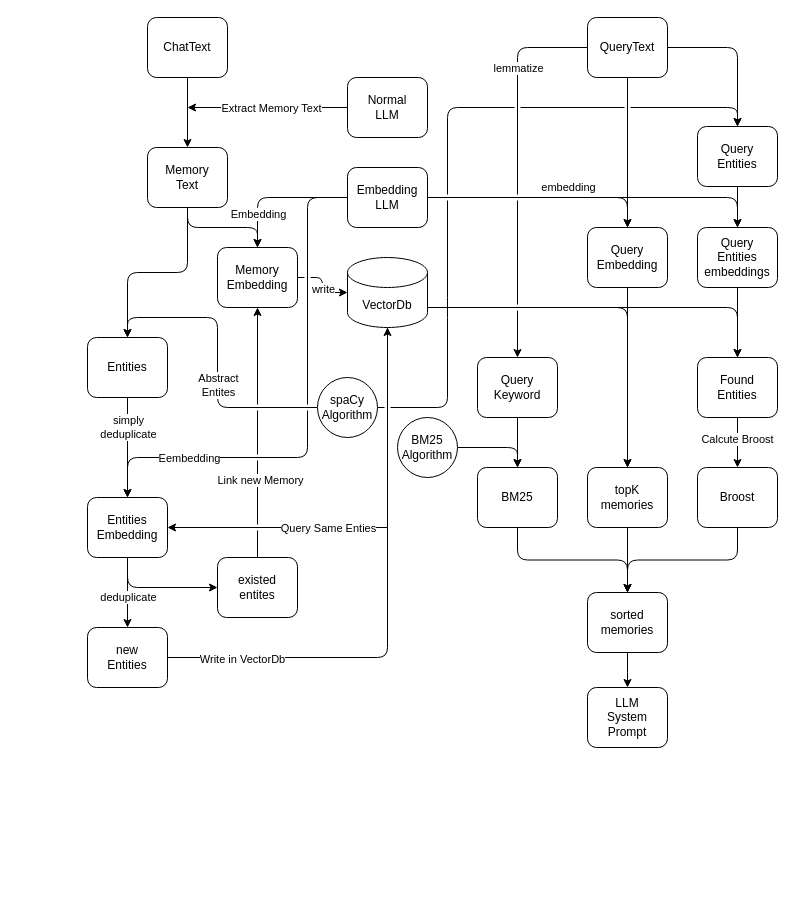
Chrischenny/drawio keeps this draw.io diagram as mem0思维链.drawio. Above is the earlier version. Source tidied: cells renumbered, new cells numbered last; positions are measured from the earlier drawing's top-left corner, leaving out a move shared by most shapes. Both pictures are drawn from the tidied source at 100%, with x=0, y=0 at pixel (87, 17).
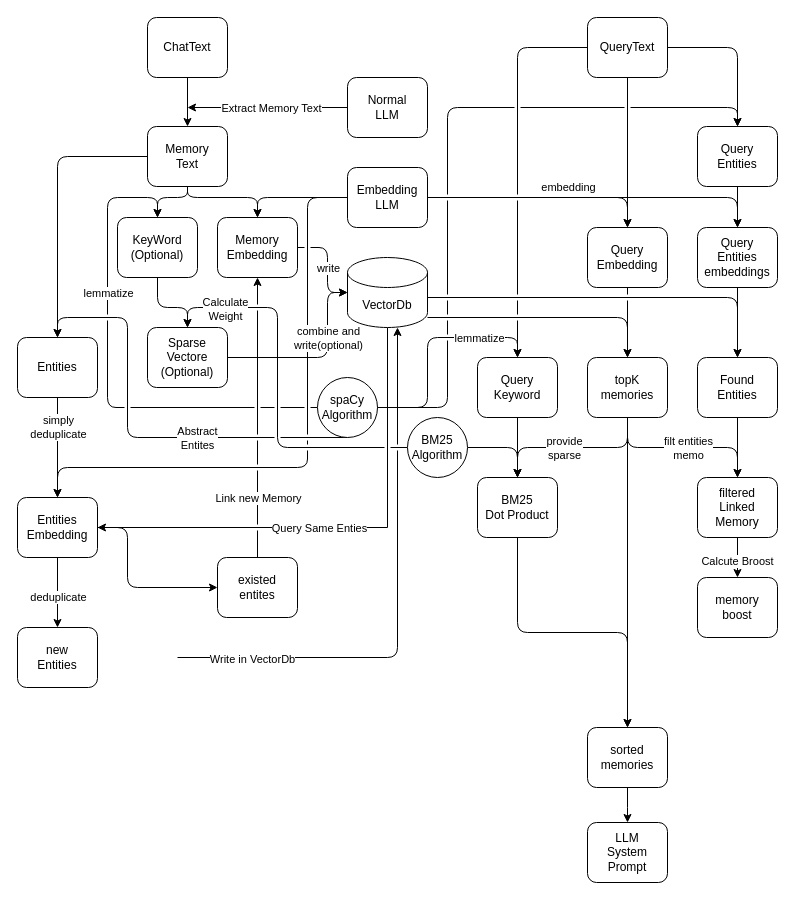
After the change.

Commit message:
更新mem0思维链.drawio

The change refers to these unchanged cells:
```xml
<mxCell id="2" style="edgeStyle=orthogonalEdgeStyle;rounded=0;jettySize=auto;html=1;entryX=1;entryY=0.5;entryDx=0;entryDy=0;jumpStyle=gap;" parent="1" edge="1" source="42" target="31">
  <mxGeometry relative="1" as="geometry">
    <Array as="points">
      <mxPoint x="300" y="510" />
    </Array>
  </mxGeometry>
</mxCell>
<mxCell id="8" style="edgeStyle=orthogonalEdgeStyle;rounded=1;jettySize=auto;html=1;entryX=0.5;entryY=0;entryDx=0;entryDy=0;curved=0;" parent="1" edge="1" source="15" target="27">
  <mxGeometry relative="1" as="geometry" />
</mxCell>
<mxCell id="15" value="Embedding&lt;div&gt;LLM&lt;/div&gt;" style="rounded=1;whiteSpace=wrap;html=1;" parent="1" vertex="1">
  <mxGeometry x="260" y="150" width="80" height="60" as="geometry" />
</mxCell>
<mxCell id="37" style="edgeStyle=orthogonalEdgeStyle;rounded=0;jettySize=auto;html=1;entryX=0.5;entryY=1;entryDx=0;entryDy=0;jumpStyle=gap;" parent="1" edge="1" source="39" target="27">
  <mxGeometry relative="1" as="geometry" />
</mxCell>
<mxCell id="42" value="VectorDb" style="shape=cylinder3;whiteSpace=wrap;html=1;boundedLbl=1;backgroundOutline=1;size=15;" parent="1" vertex="1">
  <mxGeometry x="260" y="240" width="80" height="70" as="geometry" />
</mxCell>
<mxCell id="43" value="spaCy&lt;br&gt;Algorithm" style="ellipse;whiteSpace=wrap;html=1;" parent="1" vertex="1">
  <mxGeometry x="230" y="360" width="60" height="60" as="geometry" />
</mxCell>
<mxCell id="44" style="edgeStyle=orthogonalEdgeStyle;rounded=1;jettySize=auto;html=1;entryX=0.5;entryY=0;entryDx=0;entryDy=0;curved=0;jumpStyle=gap;" parent="1" edge="1" source="48" target="50">
  <mxGeometry relative="1" as="geometry" />
</mxCell>
<mxCell id="50" value="Query&lt;div&gt;Keyword&lt;/div&gt;" style="rounded=1;whiteSpace=wrap;html=1;" parent="1" vertex="1">
  <mxGeometry x="390" y="340" width="80" height="60" as="geometry" />
</mxCell>
<mxCell id="52" value="Query&lt;div&gt;Embedding&lt;/div&gt;" style="rounded=1;whiteSpace=wrap;html=1;" parent="1" vertex="1">
  <mxGeometry x="500" y="210" width="80" height="60" as="geometry" />
</mxCell>
<mxCell id="59" style="edgeStyle=orthogonalEdgeStyle;rounded=0;jettySize=auto;html=1;entryX=0.5;entryY=0;entryDx=0;entryDy=0;" parent="1" edge="1" source="61" target="63">
  <mxGeometry relative="1" as="geometry" />
</mxCell>
```

What changed in the source:
```diff
@@
     <mxCell id="3" value="Query Same Enties" style="edgeLabel;html=1;align=center;verticalAlign=middle;" parent="2" vertex="1">
       <mxGeometry x="0.45" y="-1" relative="1" as="geometry">
-        <mxPoint x="45" y="1" as="offset" />
+        <mxPoint x="86" y="1" as="offset" />
       </mxGeometry>
     </mxCell>
@@
+    <mxCell id="70" style="edgeStyle=orthogonalEdgeStyle;rounded=1;jettySize=auto;html=1;entryX=0.5;entryY=0;entryDx=0;entryDy=0;curved=0;jumpStyle=gap;" parent="1" edge="1" source="5" target="83">
+      <mxGeometry relative="1" as="geometry">
+        <Array as="points">
+          <mxPoint x="190" y="430" />
+          <mxPoint x="190" y="290" />
+          <mxPoint x="100" y="290" />
+        </Array>
+      </mxGeometry>
+    </mxCell>
+    <mxCell id="71" value="Calculate&lt;div&gt;Weight&lt;/div&gt;" style="edgeLabel;html=1;align=center;verticalAlign=middle;" parent="70" vertex="1">
+      <mxGeometry x="0.7" y="1" relative="1" as="geometry" />
+    </mxCell>
     <mxCell id="5" value="BM25&lt;br&gt;Algorithm" style="ellipse;whiteSpace=wrap;html=1;" parent="1" vertex="1">
-      <mxGeometry x="310" y="400" width="60" height="60" as="geometry" />
+      <mxGeometry x="320" y="400" width="60" height="60" as="geometry" />
     </mxCell>
-    <mxCell id="6" style="edgeStyle=orthogonalEdgeStyle;rounded=1;jettySize=auto;html=1;entryX=0.5;entryY=0;entryDx=0;entryDy=0;curved=0;" parent="1" edge="1" source="43" target="26">
+    <mxCell id="6" style="edgeStyle=orthogonalEdgeStyle;rounded=1;jettySize=auto;html=1;entryX=0.5;entryY=0;entryDx=0;entryDy=0;curved=0;jumpStyle=gap;" parent="1" edge="1" source="43" target="26">
       <mxGeometry relative="1" as="geometry">
         <Array as="points">
-          <mxPoint x="130" y="390" />
-          <mxPoint x="130" y="300" />
+          <mxPoint x="40" y="420" />
           <mxPoint x="40" y="300" />
+          <mxPoint x="-30" y="300" />
         </Array>
       </mxGeometry>
     </mxCell>
     <mxCell id="7" value="Abstract&lt;div&gt;Entites&lt;/div&gt;" style="edgeLabel;html=1;align=center;verticalAlign=middle;" parent="6" vertex="1">
-      <mxGeometry x="-0.18" relative="1" as="geometry" />
+      <mxGeometry x="-0.18" relative="1" as="geometry">
+        <mxPoint x="25" as="offset" />
+      </mxGeometry>
     </mxCell>
@@
-    <mxCell id="9" value="Embedding" style="edgeLabel;html=1;align=center;verticalAlign=middle;" parent="8" vertex="1">
-      <mxGeometry x="0.51" relative="1" as="geometry" />
-    </mxCell>
     <mxCell id="10" style="edgeStyle=orthogonalEdgeStyle;rounded=1;jettySize=auto;html=1;entryX=0.5;entryY=0;entryDx=0;entryDy=0;curved=0;jumpStyle=gap;" parent="1" edge="1" source="15" target="31">
       <mxGeometry relative="1" as="geometry">
         <Array as="points">
           <mxPoint x="220" y="180" />
-          <mxPoint x="220" y="440" />
-          <mxPoint x="40" y="440" />
+          <mxPoint x="220" y="450" />
+          <mxPoint x="-30" y="450" />
         </Array>
       </mxGeometry>
     </mxCell>
-    <mxCell id="11" value="Eembedding" style="edgeLabel;html=1;align=center;verticalAlign=middle;" parent="10" vertex="1">
-      <mxGeometry x="0.61" relative="1" as="geometry" />
-    </mxCell>
@@
     <mxCell id="20" style="edgeStyle=orthogonalEdgeStyle;rounded=1;jettySize=auto;html=1;entryX=0.5;entryY=0;entryDx=0;entryDy=0;curved=0;" parent="1" edge="1" source="21" target="27">
-      <mxGeometry relative="1" as="geometry" />
+      <mxGeometry relative="1" as="geometry">
+        <Array as="points">
+          <mxPoint x="100" y="180" />
+          <mxPoint x="170" y="180" />
+        </Array>
+      </mxGeometry>
     </mxCell>
+    <mxCell id="72" style="edgeStyle=orthogonalEdgeStyle;rounded=1;jettySize=auto;html=1;entryX=0.5;entryY=0;entryDx=0;entryDy=0;curved=0;" parent="1" edge="1" source="21" target="85">
+      <mxGeometry relative="1" as="geometry">
+        <Array as="points">
+          <mxPoint x="100" y="180" />
+          <mxPoint x="70" y="180" />
+        </Array>
+      </mxGeometry>
+    </mxCell>
     <mxCell id="21" value="Memory&lt;div&gt;Text&lt;/div&gt;" style="rounded=1;whiteSpace=wrap;html=1;" parent="1" vertex="1">
-      <mxGeometry x="60" y="130" width="80" height="60" as="geometry" />
+      <mxGeometry x="60" y="109" width="80" height="60" as="geometry" />
     </mxCell>
@@
     <mxCell id="26" value="Entities" style="rounded=1;whiteSpace=wrap;html=1;" parent="1" vertex="1">
-      <mxGeometry y="320" width="80" height="60" as="geometry" />
+      <mxGeometry x="-70" y="320" width="80" height="60" as="geometry" />
     </mxCell>
     <mxCell id="27" value="Memory&lt;div&gt;Embedding&lt;/div&gt;" style="rounded=1;whiteSpace=wrap;html=1;" parent="1" vertex="1">
-      <mxGeometry x="130" y="230" width="80" height="60" as="geometry" />
+      <mxGeometry x="130" y="200" width="80" height="60" as="geometry" />
     </mxCell>
@@
     <mxCell id="31" value="Entities&lt;div&gt;Embedding&lt;/div&gt;" style="rounded=1;whiteSpace=wrap;html=1;" parent="1" vertex="1">
-      <mxGeometry y="480" width="80" height="60" as="geometry" />
+      <mxGeometry x="-70" y="480" width="80" height="60" as="geometry" />
     </mxCell>
     <mxCell id="32" value="new&lt;div&gt;Entities&lt;/div&gt;" style="rounded=1;whiteSpace=wrap;html=1;" parent="1" vertex="1">
-      <mxGeometry y="610" width="80" height="60" as="geometry" />
+      <mxGeometry x="-70" y="610" width="80" height="60" as="geometry" />
     </mxCell>
-    <mxCell id="33" style="edgeStyle=orthogonalEdgeStyle;rounded=1;jettySize=auto;html=1;entryX=0.5;entryY=1;entryDx=0;entryDy=0;entryPerimeter=0;curved=0;jumpStyle=gap;" parent="1" edge="1" source="32" target="42">
+    <mxCell id="33" style="edgeStyle=orthogonalEdgeStyle;rounded=1;orthogonalLoop=1;jettySize=auto;html=1;entryX=0.5;entryY=1;entryDx=0;entryDy=0;entryPerimeter=0;curved=0;jumpStyle=gap;" parent="1" edge="1">
       <mxGeometry relative="1" as="geometry">
+        <mxPoint x="90" y="640" as="sourcePoint" />
+        <mxPoint x="310" y="310" as="targetPoint" />
         <Array as="points">
-          <mxPoint x="300" y="640" />
+          <mxPoint x="310" y="640" />
         </Array>
       </mxGeometry>
     </mxCell>
@@
     <mxCell id="35" style="edgeStyle=orthogonalEdgeStyle;rounded=1;jettySize=auto;html=1;entryX=0;entryY=0.5;entryDx=0;entryDy=0;entryPerimeter=0;curved=0;jumpStyle=gap;" parent="1" edge="1" source="27" target="42">
-      <mxGeometry relative="1" as="geometry" />
+      <mxGeometry relative="1" as="geometry">
+        <Array as="points">
+          <mxPoint x="240" y="230" />
+          <mxPoint x="240" y="275" />
+        </Array>
+      </mxGeometry>
     </mxCell>
@@
     <mxCell id="38" value="&lt;div&gt;&lt;span style=&quot;background-color: light-dark(#ffffff, var(--ge-dark-color, #121212)); color: light-dark(rgb(0, 0, 0), rgb(255, 255, 255));&quot;&gt;Link new Memory&lt;/span&gt;&lt;/div&gt;" style="edgeLabel;html=1;align=center;verticalAlign=middle;" parent="37" vertex="1">
-      <mxGeometry x="-0.38" y="-2" relative="1" as="geometry" />
+      <mxGeometry x="-0.38" y="-2" relative="1" as="geometry">
+        <mxPoint x="-2" y="27" as="offset" />
+      </mxGeometry>
     </mxCell>
@@
     <mxCell id="40" style="edgeStyle=orthogonalEdgeStyle;rounded=1;jettySize=auto;html=1;entryX=0.5;entryY=0;entryDx=0;entryDy=0;curved=0;" parent="1" edge="1" source="42" target="56">
       <mxGeometry relative="1" as="geometry">
         <Array as="points">
-          <mxPoint x="540" y="290" />
+          <mxPoint x="540" y="300" />
         </Array>
       </mxGeometry>
     </mxCell>
     <mxCell id="41" style="edgeStyle=orthogonalEdgeStyle;rounded=1;jettySize=auto;html=1;entryX=0.5;entryY=0;entryDx=0;entryDy=0;curved=0;jumpStyle=gap;" parent="1" edge="1" source="42" target="61">
       <mxGeometry relative="1" as="geometry">
         <Array as="points">
-          <mxPoint x="650" y="290" />
+          <mxPoint x="650" y="280" />
         </Array>
       </mxGeometry>
     </mxCell>
@@
+    <mxCell id="73" style="edgeStyle=orthogonalEdgeStyle;rounded=1;jettySize=auto;html=1;entryX=0.5;entryY=0;entryDx=0;entryDy=0;curved=0;" parent="1" edge="1" source="43" target="50">
+      <mxGeometry relative="1" as="geometry" />
+    </mxCell>
+    <mxCell id="74" value="lemmatize" style="edgeLabel;html=1;align=center;verticalAlign=middle;" parent="73" vertex="1">
+      <mxGeometry x="0.45" y="2" relative="1" as="geometry">
+        <mxPoint x="4" y="2" as="offset" />
+      </mxGeometry>
+    </mxCell>
+    <mxCell id="75" style="edgeStyle=orthogonalEdgeStyle;rounded=1;jettySize=auto;html=1;entryX=0.5;entryY=0;entryDx=0;entryDy=0;curved=0;jumpStyle=gap;" parent="1" edge="1" source="43" target="85">
+      <mxGeometry relative="1" as="geometry">
+        <Array as="points">
+          <mxPoint x="20" y="390" />
+          <mxPoint x="20" y="180" />
+          <mxPoint x="70" y="180" />
+        </Array>
+      </mxGeometry>
+    </mxCell>
+    <mxCell id="76" value="lemmatize" style="edgeLabel;html=1;align=center;verticalAlign=middle;" parent="75" vertex="1">
+      <mxGeometry x="0.34" relative="1" as="geometry">
+        <mxPoint y="3" as="offset" />
+      </mxGeometry>
+    </mxCell>
@@
-    <mxCell id="45" value="lemmatize" style="edgeLabel;html=1;align=center;verticalAlign=middle;" parent="44" vertex="1">
-      <mxGeometry x="-0.14" y="-1" relative="1" as="geometry">
-        <mxPoint x="1" y="-73" as="offset" />
-      </mxGeometry>
-    </mxCell>
@@
-    <mxCell id="51" style="edgeStyle=orthogonalEdgeStyle;rounded=0;jettySize=auto;html=1;entryX=0.5;entryY=0;entryDx=0;entryDy=0;" parent="1" edge="1" source="52" target="56">
+    <mxCell id="51" style="edgeStyle=orthogonalEdgeStyle;rounded=0;jettySize=auto;html=1;entryX=0.5;entryY=0;entryDx=0;entryDy=0;jumpStyle=gap;" parent="1" edge="1" source="52" target="56">
       <mxGeometry relative="1" as="geometry" />
     </mxCell>
@@
+    <mxCell id="77" style="edgeStyle=orthogonalEdgeStyle;rounded=1;jettySize=auto;html=1;entryX=0.5;entryY=0;entryDx=0;entryDy=0;curved=0;" parent="1" edge="1" source="56" target="63">
+      <mxGeometry relative="1" as="geometry">
+        <Array as="points">
+          <mxPoint x="540" y="430" />
+          <mxPoint x="650" y="430" />
+        </Array>
+      </mxGeometry>
+    </mxCell>
+    <mxCell id="78" value="filt entities&lt;div&gt;memo&lt;/div&gt;" style="edgeLabel;html=1;align=center;verticalAlign=middle;" parent="77" vertex="1">
+      <mxGeometry x="0.06" relative="1" as="geometry" />
+    </mxCell>
+    <mxCell id="79" style="edgeStyle=orthogonalEdgeStyle;rounded=1;jettySize=auto;html=1;entryX=0.5;entryY=0;entryDx=0;entryDy=0;curved=0;" parent="1" edge="1" source="56" target="65">
+      <mxGeometry relative="1" as="geometry">
+        <Array as="points">
+          <mxPoint x="540" y="430" />
+          <mxPoint x="430" y="430" />
+        </Array>
+      </mxGeometry>
+    </mxCell>
+    <mxCell id="80" value="provide&lt;div&gt;sparse&lt;/div&gt;" style="edgeLabel;html=1;align=center;verticalAlign=middle;" parent="79" vertex="1">
+      <mxGeometry x="0.11" relative="1" as="geometry" />
+    </mxCell>
     <mxCell id="56" value="topK&lt;div&gt;memories&lt;/div&gt;" style="rounded=1;whiteSpace=wrap;html=1;" parent="1" vertex="1">
-      <mxGeometry x="500" y="450" width="80" height="60" as="geometry" />
+      <mxGeometry x="500" y="340" width="80" height="60" as="geometry" />
     </mxCell>
@@
+    <mxCell id="61" value="&lt;div&gt;&lt;span style=&quot;background-color: transparent; color: light-dark(rgb(0, 0, 0), rgb(255, 255, 255));&quot;&gt;Found&lt;/span&gt;&lt;/div&gt;&lt;div&gt;&lt;span style=&quot;background-color: transparent; color: light-dark(rgb(0, 0, 0), rgb(255, 255, 255));&quot;&gt;Entities&lt;/span&gt;&lt;/div&gt;" style="rounded=1;whiteSpace=wrap;html=1;" parent="1" vertex="1">
+      <mxGeometry x="610" y="340" width="80" height="60" as="geometry" />
+    </mxCell>
+    <mxCell id="81" style="edgeStyle=orthogonalEdgeStyle;rounded=0;jettySize=auto;html=1;entryX=0.5;entryY=0;entryDx=0;entryDy=0;" parent="1" edge="1" source="63" target="82">
+      <mxGeometry relative="1" as="geometry" />
+    </mxCell>
-    <mxCell id="60" value="Calcute Broost" style="edgeLabel;html=1;align=center;verticalAlign=middle;" parent="59" vertex="1">
-      <mxGeometry x="-0.15" y="-1" relative="1" as="geometry" />
+    <mxCell id="60" value="Calcute Broost" style="edgeLabel;html=1;align=center;verticalAlign=middle;" parent="81" vertex="1">
+      <mxGeometry x="0.13" y="-1" relative="1" as="geometry" />
     </mxCell>
-    <mxCell id="61" value="&lt;div&gt;&lt;span style=&quot;background-color: transparent; color: light-dark(rgb(0, 0, 0), rgb(255, 255, 255));&quot;&gt;Found&lt;/span&gt;&lt;/div&gt;&lt;div&gt;&lt;span style=&quot;background-color: transparent; color: light-dark(rgb(0, 0, 0), rgb(255, 255, 255));&quot;&gt;Entities&lt;/span&gt;&lt;/div&gt;" style="rounded=1;whiteSpace=wrap;html=1;" parent="1" vertex="1">
-      <mxGeometry x="610" y="340" width="80" height="60" as="geometry" />
-    </mxCell>
-    <mxCell id="62" style="edgeStyle=orthogonalEdgeStyle;rounded=1;jettySize=auto;html=1;entryX=0.5;entryY=0;entryDx=0;entryDy=0;exitX=0.5;exitY=1;exitDx=0;exitDy=0;curved=0;" parent="1" edge="1" source="63" target="67">
-      <mxGeometry relative="1" as="geometry" />
-    </mxCell>
-    <mxCell id="63" value="&lt;div&gt;Broost&lt;/div&gt;" style="rounded=1;whiteSpace=wrap;html=1;" parent="1" vertex="1">
-      <mxGeometry x="610" y="450" width="80" height="60" as="geometry" />
+    <mxCell id="63" value="&lt;div&gt;filtered&lt;/div&gt;&lt;div&gt;Linked&lt;/div&gt;&lt;div&gt;Memory&lt;/div&gt;" style="rounded=1;whiteSpace=wrap;html=1;" parent="1" vertex="1">
+      <mxGeometry x="610" y="460" width="80" height="60" as="geometry" />
     </mxCell>
@@
-    <mxCell id="65" value="BM25" style="rounded=1;whiteSpace=wrap;html=1;" parent="1" vertex="1">
-      <mxGeometry x="390" y="450" width="80" height="60" as="geometry" />
+    <mxCell id="65" value="BM25&lt;div&gt;Dot Product&lt;/div&gt;" style="rounded=1;whiteSpace=wrap;html=1;" parent="1" vertex="1">
+      <mxGeometry x="390" y="460" width="80" height="60" as="geometry" />
     </mxCell>
     <mxCell id="66" style="edgeStyle=orthogonalEdgeStyle;rounded=0;jettySize=auto;html=1;" parent="1" edge="1" source="67">
       <mxGeometry relative="1" as="geometry">
-        <mxPoint x="540" y="670" as="targetPoint" />
+        <mxPoint x="540" y="805" as="targetPoint" />
       </mxGeometry>
     </mxCell>
     <mxCell id="67" value="sorted&lt;div&gt;memories&lt;/div&gt;" style="rounded=1;whiteSpace=wrap;html=1;" parent="1" vertex="1">
-      <mxGeometry x="500" y="575" width="80" height="60" as="geometry" />
+      <mxGeometry x="500" y="710" width="80" height="60" as="geometry" />
     </mxCell>
     <mxCell id="68" value="LLM&lt;div&gt;System&lt;/div&gt;&lt;div&gt;Prompt&lt;/div&gt;" style="rounded=1;whiteSpace=wrap;html=1;" parent="1" vertex="1">
-      <mxGeometry x="500" y="670" width="80" height="60" as="geometry" />
+      <mxGeometry x="500" y="805" width="80" height="60" as="geometry" />
     </mxCell>
@@
+    <mxCell id="82" value="&lt;div&gt;memory&lt;/div&gt;&lt;div&gt;boost&lt;/div&gt;" style="rounded=1;whiteSpace=wrap;html=1;" parent="1" vertex="1">
+      <mxGeometry x="610" y="560" width="80" height="60" as="geometry" />
+    </mxCell>
+    <mxCell id="83" value="Sparse&lt;div&gt;Vectore&lt;/div&gt;&lt;div&gt;(Optional)&lt;/div&gt;" style="rounded=1;whiteSpace=wrap;html=1;" parent="1" vertex="1">
+      <mxGeometry x="60" y="310" width="80" height="60" as="geometry" />
+    </mxCell>
+    <mxCell id="84" style="edgeStyle=orthogonalEdgeStyle;rounded=1;jettySize=auto;html=1;entryX=0.5;entryY=0;entryDx=0;entryDy=0;curved=0;" parent="1" edge="1" source="85" target="83">
+      <mxGeometry relative="1" as="geometry">
+        <Array as="points">
+          <mxPoint x="70" y="290" />
+          <mxPoint x="100" y="290" />
+        </Array>
+      </mxGeometry>
+    </mxCell>
+    <mxCell id="85" value="KeyWord&lt;div&gt;(Optional)&lt;/div&gt;" style="rounded=1;whiteSpace=wrap;html=1;" parent="1" vertex="1">
+      <mxGeometry x="30" y="200" width="80" height="60" as="geometry" />
+    </mxCell>
+    <mxCell id="86" style="edgeStyle=orthogonalEdgeStyle;rounded=1;jettySize=auto;html=1;entryX=0;entryY=0.5;entryDx=0;entryDy=0;entryPerimeter=0;curved=0;" parent="1" edge="1" source="83" target="42">
+      <mxGeometry relative="1" as="geometry">
+        <Array as="points">
+          <mxPoint x="240" y="340" />
+          <mxPoint x="240" y="275" />
+        </Array>
+      </mxGeometry>
+    </mxCell>
+    <mxCell id="87" value="&lt;div&gt;combine&amp;nbsp;&lt;span style=&quot;background-color: light-dark(#ffffff, var(--ge-dark-color, #121212)); color: light-dark(rgb(0, 0, 0), rgb(255, 255, 255));&quot;&gt;and&lt;/span&gt;&lt;/div&gt;write(optional)" style="edgeLabel;html=1;align=center;verticalAlign=middle;labelBackgroundColor=default;" parent="86" vertex="1">
+      <mxGeometry x="0.41" relative="1" as="geometry">
+        <mxPoint y="10" as="offset" />
+      </mxGeometry>
+    </mxCell>
```
